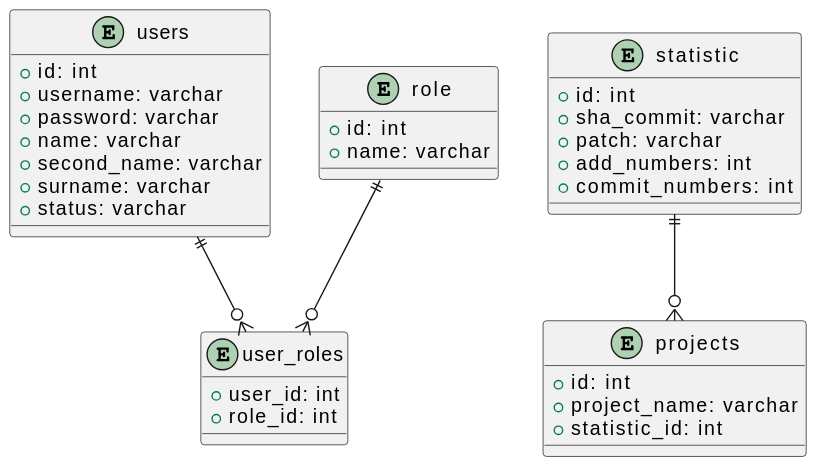
Before: documents/media/ERdiagram.svg, a diagram exported from PlantUML (NikRam822/TatMobileAnalyzer).
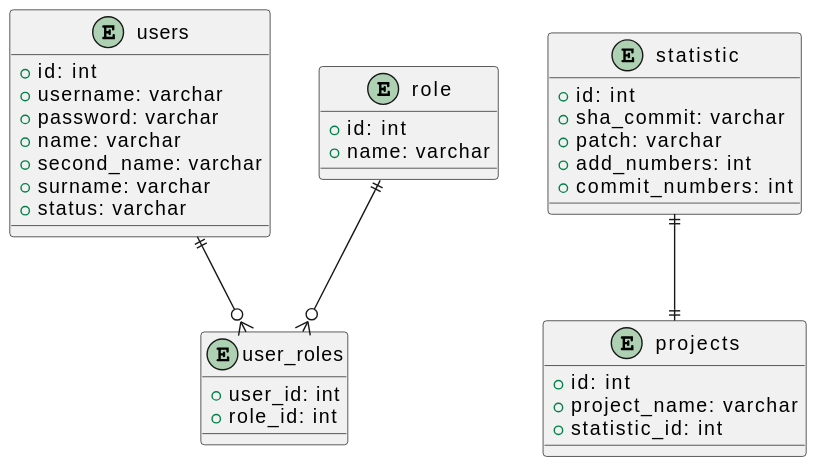
Later version of the same file.

The edit, as a diff of the source:
```diff
@@ -35,5 +35,5 @@
 
 users ||--o{ user_roles
 role ||--o{ user_roles
-statistic ||--o{ projects
+statistic ||--|| projects
 @enduml
```
